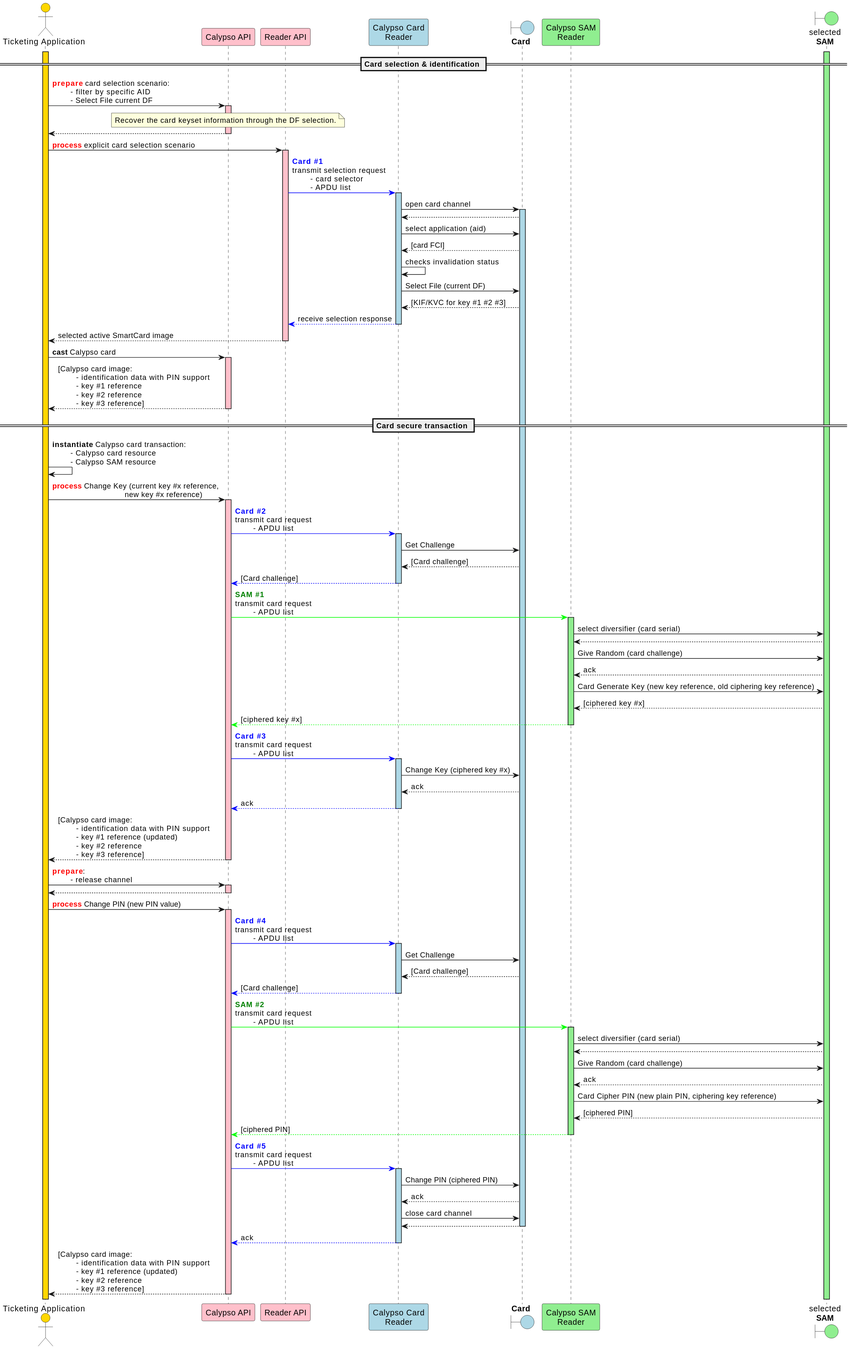
Earlier version of the PlantUML export static/media/apis/calypso_transaction_Change_Key_Ciphered_PIN_sequence_diagram.svg (calypsonet/calypsonet-terminal-api-website).
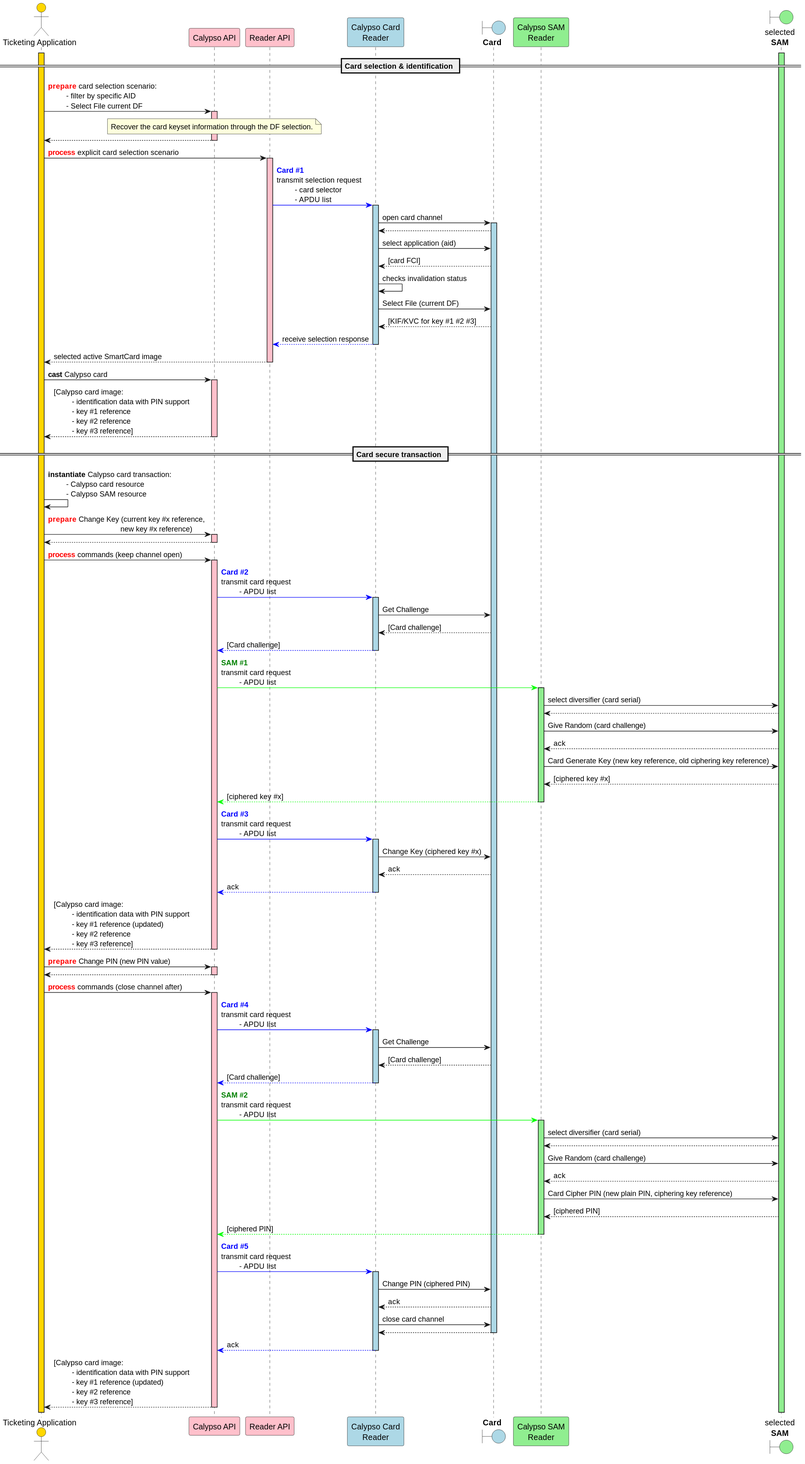
After the commit.

The edit, as a diff of the source:
```diff
@@ -1,5 +1,4 @@
 @startuml
-
 skinparam ClassBorderColor #D4AC0D
 skinparam stereotypeABorderColor #A9DCDF
 skinparam stereotypeIBorderColor #B4A7E5
@@ -85,7 +84,12 @@
 app->app: **instantiate** Calypso card transaction:\n\t- Calypso card resource\n\t- Calypso SAM resource
 
 
-app->capi: <font color=red>**process**</font> Change Key (current key #x reference,\n\t\t\t\tnew key #x reference)
+app->capi: <font color=red>**prepare**</font> Change Key (current key #x reference,\n\t\t\t\tnew key #x reference)
+activate capi  #pink
+capi-->app
+deactivate capi
+
+app->capi: <font color=red>**process**</font> commands (keep channel open)
 activate capi  #pink
 
 capi-[#0000FF]>cardReader: <font color=blue>**Card #2**</font>\ntransmit card request\n\t- APDU list
@@ -123,12 +127,12 @@
 capi-->app: [Calypso card image:\n\t- identification data with PIN support\n\t- key #1 reference (updated)\n\t- key #2 reference\n\t- key #3 reference]
 deactivate capi
 
-app->capi: <font color=red>**prepare**</font>:\n\t- release channel
+app->capi: <font color=red>**prepare**</font> Change PIN (new PIN value)
 activate capi  #pink
 capi-->app
 deactivate capi
 
-app->capi: <font color=red>**process**</font> Change PIN (new PIN value)
+app->capi: <font color=red>**process**</font> commands (close channel after)
 activate capi  #pink
 
 capi-[#0000FF]>cardReader: <font color=blue>**Card #4**</font>\ntransmit card request\n\t- APDU list
```
